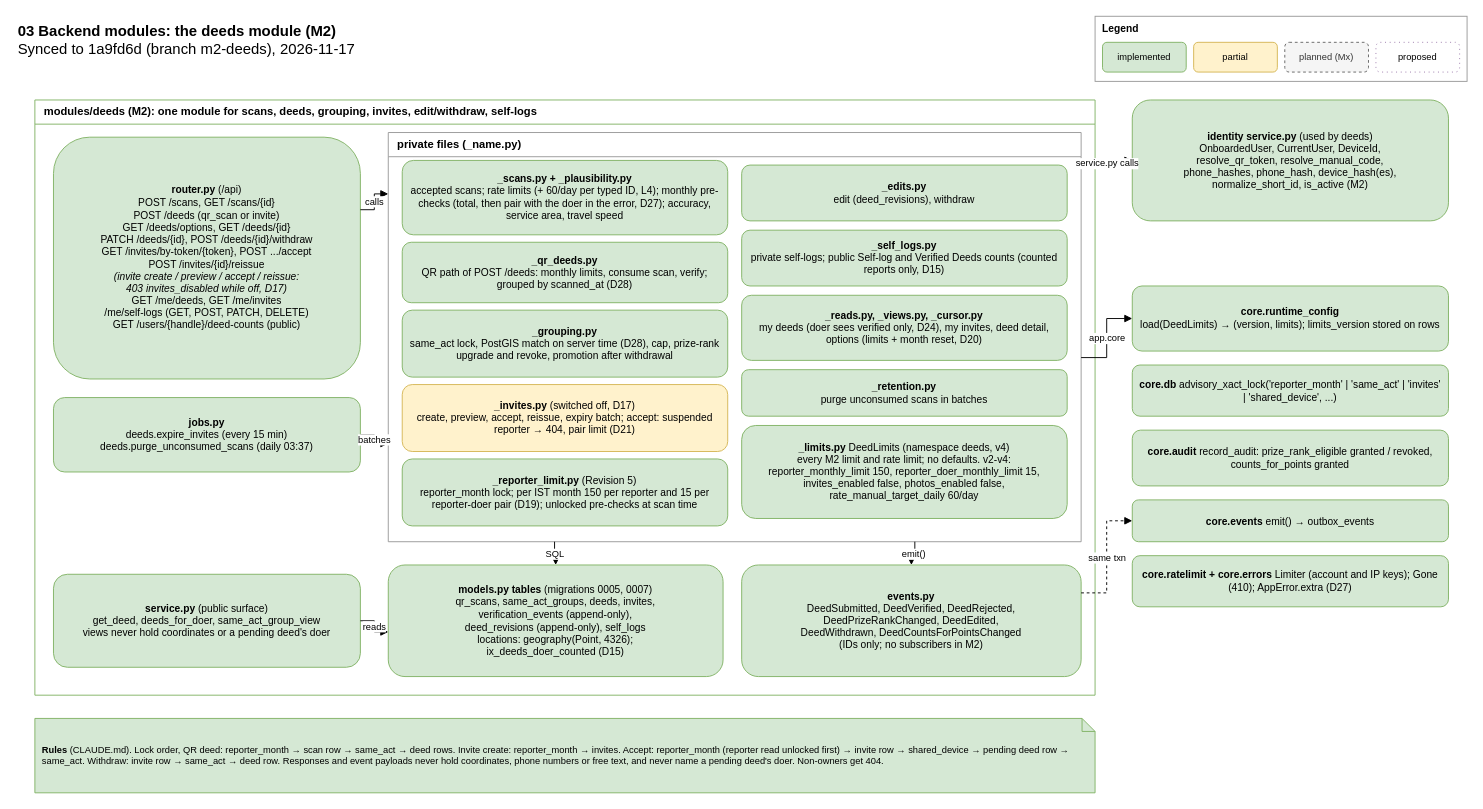
Ismail94M/Good-Deeds keeps this draw.io diagram as page "Deeds module (M2)" (2 of 5) of docs/architecture/03-backend-modules.drawio. Above is the earlier version. Source tidied: cells renumbered, new cells numbered last; positions are measured from the earlier drawing's top-left corner, leaving out a move shared by most shapes. Both pictures are drawn from the tidied source at 93%, with x=0, y=0 at pixel (16, 16).
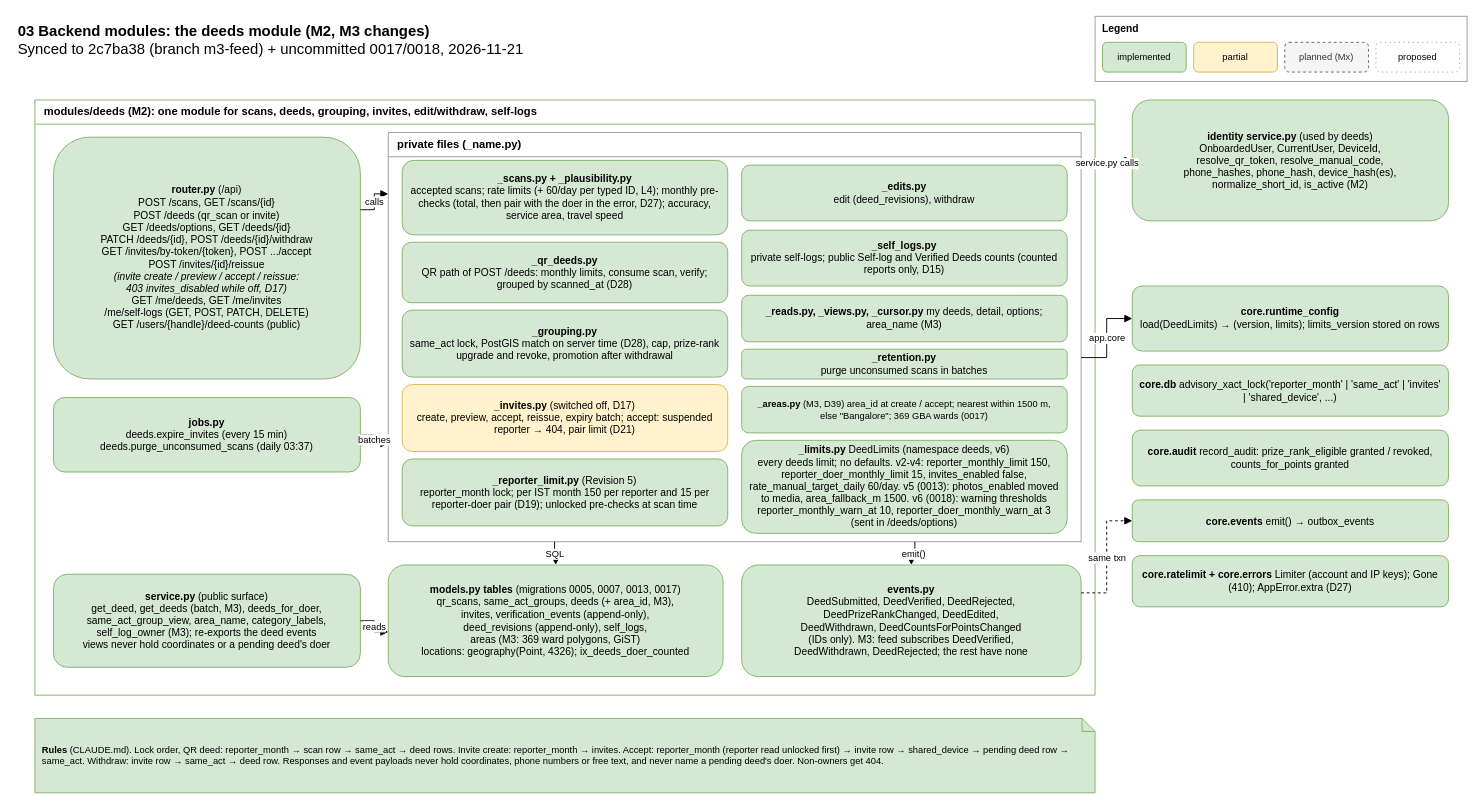
After the change.

Diff of the diagram source:
```diff
@@
-    <mxCell id="2" value="&lt;b&gt;03 Backend modules: the deeds module (M2)&lt;/b&gt;&lt;br&gt;Synced to 1a9fd6d (branch m2-deeds), 2026-11-17" style="text;html=1;align=left;verticalAlign=top;fontSize=16;strokeColor=none;fillColor=none;" parent="1" vertex="1">
+    <mxCell id="2" value="&lt;b&gt;03 Backend modules: the deeds module (M2, M3 changes)&lt;/b&gt;&lt;br&gt;Synced to 2c7ba38 (branch m3-feed) + uncommitted 0017/0018, 2026-11-21" style="text;html=1;align=left;verticalAlign=top;fontSize=16;strokeColor=none;fillColor=none;" parent="1" vertex="1">
       <mxGeometry width="1000" height="50" as="geometry" />
     </mxCell>
@@
-    <mxCell id="11" value="&lt;b&gt;service.py&lt;/b&gt; (public surface)&lt;br&gt;get_deed, deeds_for_doer, same_act_group_view&lt;br&gt;views never hold coordinates or a pending deed's doer" style="rounded=1;whiteSpace=wrap;html=1;fontSize=11;spacing=8;fillColor=#d5e8d4;strokeColor=#82b366;" parent="1" vertex="1">
+    <mxCell id="11" value="&lt;b&gt;service.py&lt;/b&gt; (public surface)&lt;br&gt;get_deed, get_deeds (batch, M3), deeds_for_doer,&lt;br&gt;same_act_group_view, area_name, category_labels,&lt;br&gt;self_log_owner (M3); re-exports the deed events&lt;br&gt;views never hold coordinates or a pending deed's doer" style="rounded=1;whiteSpace=wrap;html=1;fontSize=11;spacing=8;fillColor=#d5e8d4;strokeColor=#82b366;" parent="1" vertex="1">
       <mxGeometry x="40" y="600" width="330" height="100" as="geometry" />
     </mxCell>
@@
-    <mxCell id="20" value="&lt;b&gt;_reads.py, _views.py, _cursor.py&lt;/b&gt;&lt;br&gt;my deeds (doer sees verified only, D24), my invites, deed detail, options (limits + month reset, D20)" style="rounded=1;whiteSpace=wrap;html=1;fontSize=11;spacing=8;fillColor=#d5e8d4;strokeColor=#82b366;" parent="1" vertex="1">
-      <mxGeometry x="780" y="300" width="350" height="70" as="geometry" />
+    <mxCell id="20" value="&lt;b&gt;_reads.py, _views.py, _cursor.py&lt;/b&gt; my deeds, detail, options; area_name (M3)" style="rounded=1;whiteSpace=wrap;html=1;fontSize=11;spacing=8;fillColor=#d5e8d4;strokeColor=#82b366;" parent="1" vertex="1">
+      <mxGeometry x="780" y="300" width="350" height="50" as="geometry" />
     </mxCell>
     <mxCell id="21" value="&lt;b&gt;_retention.py&lt;/b&gt;&lt;br&gt;purge unconsumed scans in batches" style="rounded=1;whiteSpace=wrap;html=1;fontSize=11;spacing=8;fillColor=#d5e8d4;strokeColor=#82b366;" parent="1" vertex="1">
-      <mxGeometry x="780" y="380" width="350" height="50" as="geometry" />
+      <mxGeometry x="780" y="358" width="350" height="32" as="geometry" />
     </mxCell>
-    <mxCell id="22" value="&lt;b&gt;_limits.py&lt;/b&gt; DeedLimits (namespace deeds, v4)&lt;br&gt;every M2 limit and rate limit; no defaults. v2-v4: reporter_monthly_limit 150, reporter_doer_monthly_limit 15, invites_enabled false, photos_enabled false, rate_manual_target_daily 60/day" style="rounded=1;whiteSpace=wrap;html=1;fontSize=11;spacing=8;fillColor=#d5e8d4;strokeColor=#82b366;" parent="1" vertex="1">
-      <mxGeometry x="780" y="440" width="350" height="100" as="geometry" />
+    <mxCell id="22" value="&lt;b&gt;_limits.py&lt;/b&gt; DeedLimits (namespace deeds, v6)&lt;br&gt;every deeds limit; no defaults. v2-v4: reporter_monthly_limit 150, reporter_doer_monthly_limit 15, invites_enabled false, rate_manual_target_daily 60/day. v5 (0013): photos_enabled moved to media, area_fallback_m 1500. v6 (0018): warning thresholds reporter_monthly_warn_at 10, reporter_doer_monthly_warn_at 3 (sent in /deeds/options)" style="rounded=1;whiteSpace=wrap;html=1;fontSize=11;spacing=8;fillColor=#d5e8d4;strokeColor=#82b366;" parent="1" vertex="1">
+      <mxGeometry x="780" y="456" width="350" height="100" as="geometry" />
     </mxCell>
-    <mxCell id="23" value="&lt;b&gt;models.py tables&lt;/b&gt; (migrations 0005, 0007)&lt;br&gt;qr_scans, same_act_groups, deeds, invites,&lt;br&gt;verification_events (append-only),&lt;br&gt;deed_revisions (append-only), self_logs&lt;br&gt;locations: geography(Point, 4326);&lt;br&gt;ix_deeds_doer_counted (D15)" style="rounded=1;whiteSpace=wrap;html=1;fontSize=11;spacing=8;fillColor=#d5e8d4;strokeColor=#82b366;" parent="1" vertex="1">
+    <mxCell id="23" value="&lt;b&gt;models.py tables&lt;/b&gt; (migrations 0005, 0007, 0013, 0017)&lt;br&gt;qr_scans, same_act_groups, deeds (+ area_id, M3),&lt;br&gt;invites, verification_events (append-only),&lt;br&gt;deed_revisions (append-only), self_logs,&lt;br&gt;areas (M3: 369 ward polygons, GiST)&lt;br&gt;locations: geography(Point, 4326); ix_deeds_doer_counted" style="rounded=1;whiteSpace=wrap;html=1;fontSize=11;spacing=8;fillColor=#d5e8d4;strokeColor=#82b366;" parent="1" vertex="1">
       <mxGeometry x="400" y="590" width="360" height="120" as="geometry" />
     </mxCell>
-    <mxCell id="24" value="&lt;b&gt;events.py&lt;/b&gt;&lt;br&gt;DeedSubmitted, DeedVerified, DeedRejected,&lt;br&gt;DeedPrizeRankChanged, DeedEdited,&lt;br&gt;DeedWithdrawn, DeedCountsForPointsChanged&lt;br&gt;(IDs only; no subscribers in M2)" style="rounded=1;whiteSpace=wrap;html=1;fontSize=11;spacing=8;fillColor=#d5e8d4;strokeColor=#82b366;" parent="1" vertex="1">
+    <mxCell id="24" value="&lt;b&gt;events.py&lt;/b&gt;&lt;br&gt;DeedSubmitted, DeedVerified, DeedRejected,&lt;br&gt;DeedPrizeRankChanged, DeedEdited,&lt;br&gt;DeedWithdrawn, DeedCountsForPointsChanged&lt;br&gt;(IDs only). M3: feed subscribes DeedVerified,&lt;br&gt;DeedWithdrawn, DeedRejected; the rest have none" style="rounded=1;whiteSpace=wrap;html=1;fontSize=11;spacing=8;fillColor=#d5e8d4;strokeColor=#82b366;" parent="1" vertex="1">
       <mxGeometry x="780" y="590" width="365" height="120" as="geometry" />
     </mxCell>
@@
+    <mxCell id="40" value="&lt;b&gt;_areas.py&lt;/b&gt; (M3, D39) area_id at create / accept; nearest within 1500 m, else &quot;Bangalore&quot;; 369 GBA wards (0017)" style="rounded=1;whiteSpace=wrap;html=1;fontSize=10;spacing=8;fillColor=#d5e8d4;strokeColor=#82b366;" parent="1" vertex="1">
+      <mxGeometry x="780" y="398" width="350" height="50" as="geometry" />
+    </mxCell>
```
